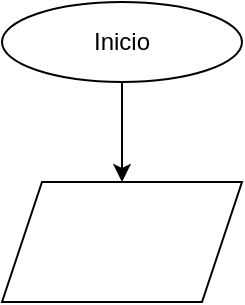
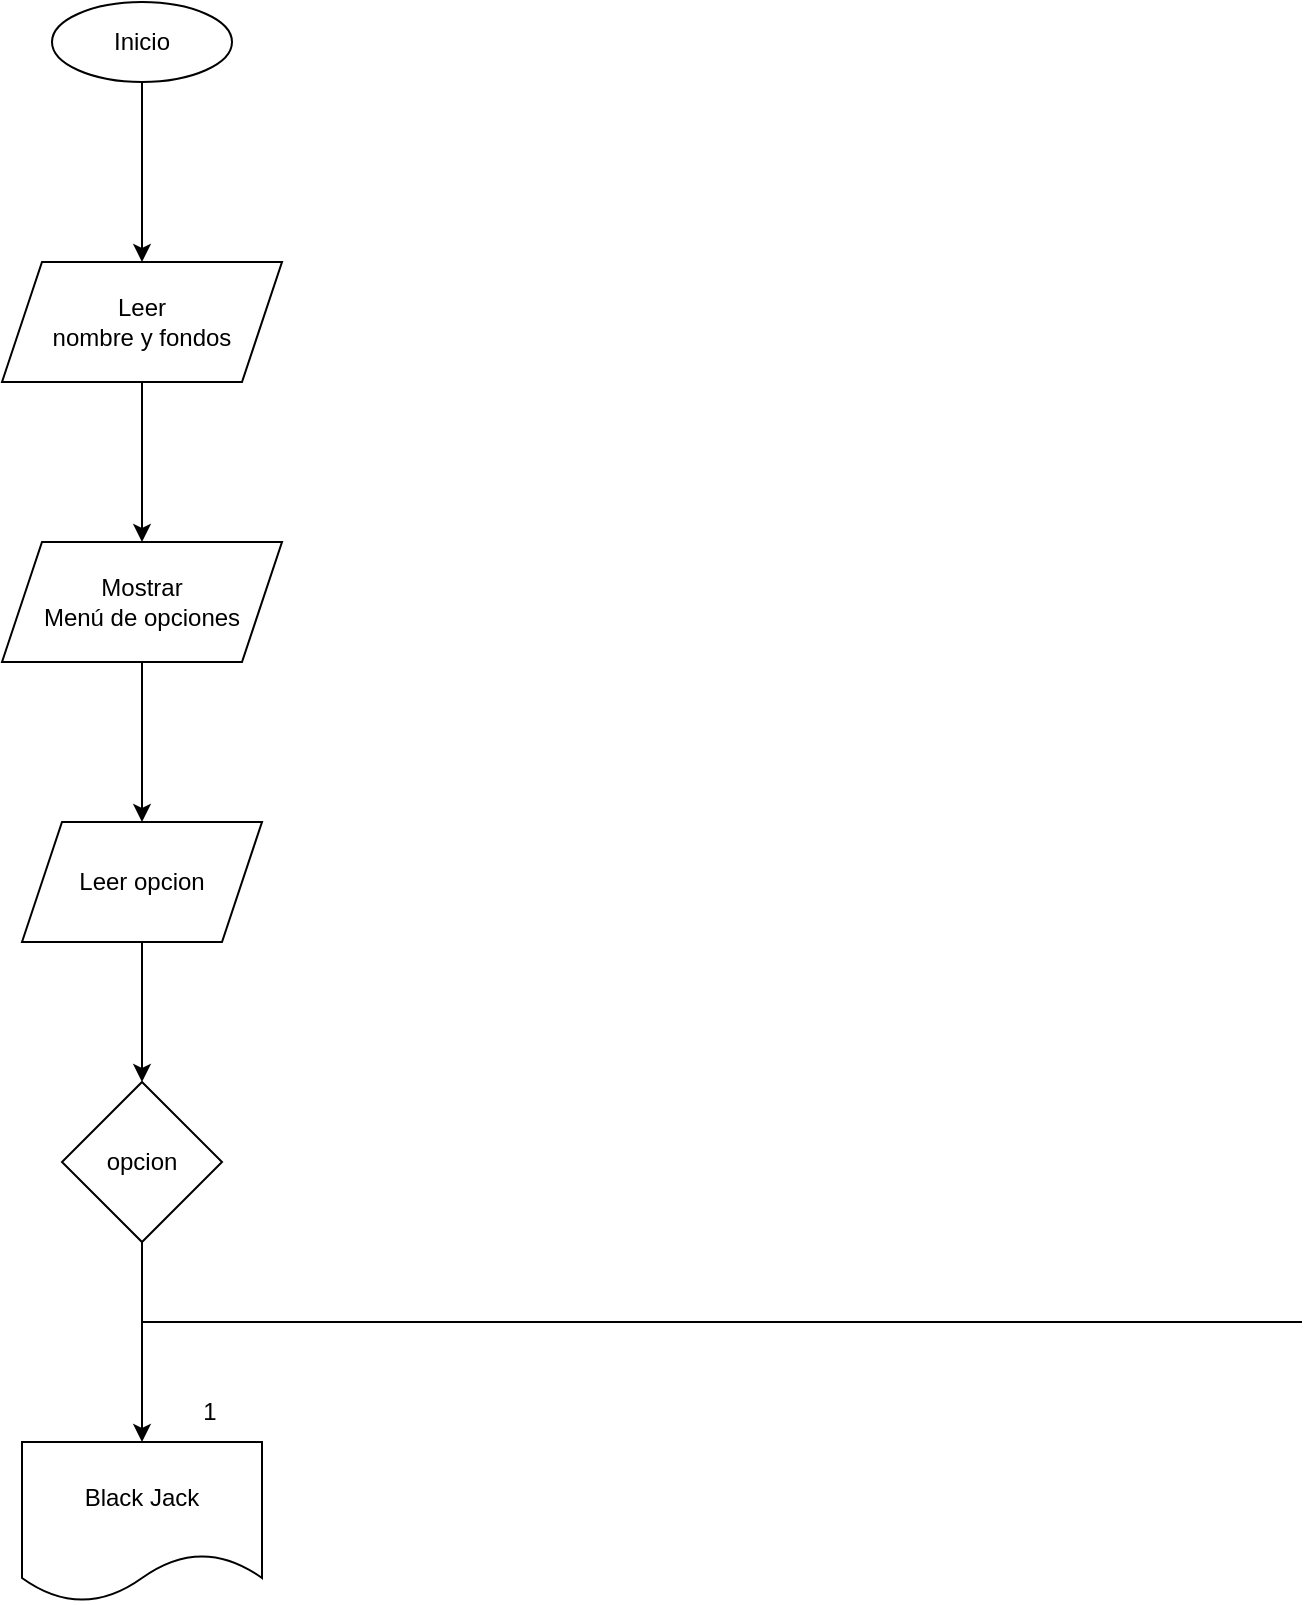
<mxfile host="app.diagrams.net">
  <diagram name="Página-1" id="sS0xhSeAAYeVkVe_hcYw">
    <mxGraphModel dx="1029" dy="622" grid="1" gridSize="10" guides="1" tooltips="1" connect="1" arrows="1" fold="1" page="1" pageScale="1" pageWidth="827" pageHeight="1169" math="0" shadow="0">
      <root>
        <mxCell id="0" />
        <mxCell id="1" parent="0" />
-         <mxCell id="UjQaorrdPUyZojCJKpvi-1" parent="1" style="ellipse;whiteSpace=wrap;html=1;" value="Inicio" vertex="1">
-           <mxGeometry height="40" width="120" x="320" y="200" as="geometry" />
+         <mxCell id="fomrrgmRbVMnr4NyDlDe-13" edge="1" parent="1" source="fomrrgmRbVMnr4NyDlDe-4" style="edgeStyle=orthogonalEdgeStyle;rounded=0;orthogonalLoop=1;jettySize=auto;html=1;" target="fomrrgmRbVMnr4NyDlDe-12" value="">
+           <mxGeometry relative="1" as="geometry" />
        </mxCell>
-         <mxCell id="UjQaorrdPUyZojCJKpvi-2" edge="1" parent="1" source="UjQaorrdPUyZojCJKpvi-1" style="endArrow=classic;html=1;rounded=0;endFill=1;exitX=0.5;exitY=1;exitDx=0;exitDy=0;" value="">
+         <mxCell id="fomrrgmRbVMnr4NyDlDe-4" parent="1" style="shape=parallelogram;perimeter=parallelogramPerimeter;whiteSpace=wrap;html=1;fixedSize=1;" value="Leer&lt;div&gt;&lt;span style=&quot;background-color: transparent; color: light-dark(rgb(0, 0, 0), rgb(255, 255, 255));&quot;&gt;nombre y&amp;nbsp;&lt;/span&gt;&lt;span style=&quot;background-color: transparent; color: light-dark(rgb(0, 0, 0), rgb(255, 255, 255));&quot;&gt;fondos&lt;/span&gt;&lt;/div&gt;" vertex="1">
+           <mxGeometry height="60" width="140" x="310" y="250" as="geometry" />
+         </mxCell>
+         <mxCell id="fomrrgmRbVMnr4NyDlDe-10" parent="1" style="ellipse;whiteSpace=wrap;html=1;" value="Inicio" vertex="1">
+           <mxGeometry height="40" width="90" x="335" y="120" as="geometry" />
+         </mxCell>
+         <mxCell id="fomrrgmRbVMnr4NyDlDe-11" edge="1" parent="1" source="fomrrgmRbVMnr4NyDlDe-10" style="endArrow=classic;html=1;rounded=0;exitX=0.5;exitY=1;exitDx=0;exitDy=0;entryX=0.5;entryY=0;entryDx=0;entryDy=0;" target="fomrrgmRbVMnr4NyDlDe-4" value="">
          <mxGeometry height="50" relative="1" width="50" as="geometry">
-             <mxPoint x="390" y="350" as="sourcePoint" />
-             <mxPoint x="380" y="290" as="targetPoint" />
+             <mxPoint x="360" y="320" as="sourcePoint" />
+             <mxPoint x="410" y="270" as="targetPoint" />
          </mxGeometry>
        </mxCell>
-         <mxCell id="fomrrgmRbVMnr4NyDlDe-1" parent="1" style="shape=parallelogram;perimeter=parallelogramPerimeter;whiteSpace=wrap;html=1;fixedSize=1;" value="" vertex="1">
-           <mxGeometry height="60" width="120" x="320" y="290" as="geometry" />
+         <mxCell id="fomrrgmRbVMnr4NyDlDe-19" edge="1" parent="1" source="fomrrgmRbVMnr4NyDlDe-12" style="edgeStyle=orthogonalEdgeStyle;rounded=0;orthogonalLoop=1;jettySize=auto;html=1;" target="fomrrgmRbVMnr4NyDlDe-18" value="">
+           <mxGeometry relative="1" as="geometry" />
+         </mxCell>
+         <mxCell id="fomrrgmRbVMnr4NyDlDe-12" parent="1" style="shape=parallelogram;perimeter=parallelogramPerimeter;whiteSpace=wrap;html=1;fixedSize=1;" value="&lt;div&gt;Mostrar&lt;/div&gt;Menú de&amp;nbsp;&lt;span style=&quot;background-color: transparent; color: light-dark(rgb(0, 0, 0), rgb(255, 255, 255));&quot;&gt;opciones&lt;/span&gt;" vertex="1">
+           <mxGeometry height="60" width="140" x="310" y="390" as="geometry" />
+         </mxCell>
+         <mxCell id="fomrrgmRbVMnr4NyDlDe-21" edge="1" parent="1" source="fomrrgmRbVMnr4NyDlDe-18" style="edgeStyle=orthogonalEdgeStyle;rounded=0;orthogonalLoop=1;jettySize=auto;html=1;" target="fomrrgmRbVMnr4NyDlDe-20" value="">
+           <mxGeometry relative="1" as="geometry" />
+         </mxCell>
+         <mxCell id="fomrrgmRbVMnr4NyDlDe-18" parent="1" style="shape=parallelogram;perimeter=parallelogramPerimeter;whiteSpace=wrap;html=1;fixedSize=1;" value="Leer opcion" vertex="1">
+           <mxGeometry height="60" width="120" x="320" y="530" as="geometry" />
+         </mxCell>
+         <mxCell id="fomrrgmRbVMnr4NyDlDe-20" parent="1" style="rhombus;whiteSpace=wrap;html=1;" value="opcion" vertex="1">
+           <mxGeometry height="80" width="80" x="340" y="660" as="geometry" />
+         </mxCell>
+         <mxCell id="fomrrgmRbVMnr4NyDlDe-22" edge="1" parent="1" source="fomrrgmRbVMnr4NyDlDe-20" style="endArrow=classic;html=1;rounded=0;exitX=0.5;exitY=1;exitDx=0;exitDy=0;" value="">
+           <mxGeometry height="50" relative="1" width="50" as="geometry">
+             <mxPoint x="370" y="930" as="sourcePoint" />
+             <mxPoint x="380" y="840" as="targetPoint" />
+           </mxGeometry>
+         </mxCell>
+         <mxCell id="fomrrgmRbVMnr4NyDlDe-26" edge="1" parent="1" style="endArrow=none;html=1;rounded=0;" value="">
+           <mxGeometry height="50" relative="1" width="50" as="geometry">
+             <mxPoint x="380" y="780" as="sourcePoint" />
+             <mxPoint x="960" y="780" as="targetPoint" />
+           </mxGeometry>
+         </mxCell>
+         <mxCell id="fomrrgmRbVMnr4NyDlDe-27" parent="1" style="shape=document;whiteSpace=wrap;html=1;boundedLbl=1;" value="Black Jack" vertex="1">
+           <mxGeometry height="80" width="120" x="320" y="840" as="geometry" />
+         </mxCell>
+         <mxCell id="fomrrgmRbVMnr4NyDlDe-28" parent="1" style="text;html=1;whiteSpace=wrap;strokeColor=none;fillColor=none;align=center;verticalAlign=middle;rounded=0;" value="1" vertex="1">
+           <mxGeometry height="30" width="60" x="384" y="810" as="geometry" />
        </mxCell>
      </root>
    </mxGraphModel>
  </diagram>
</mxfile>
